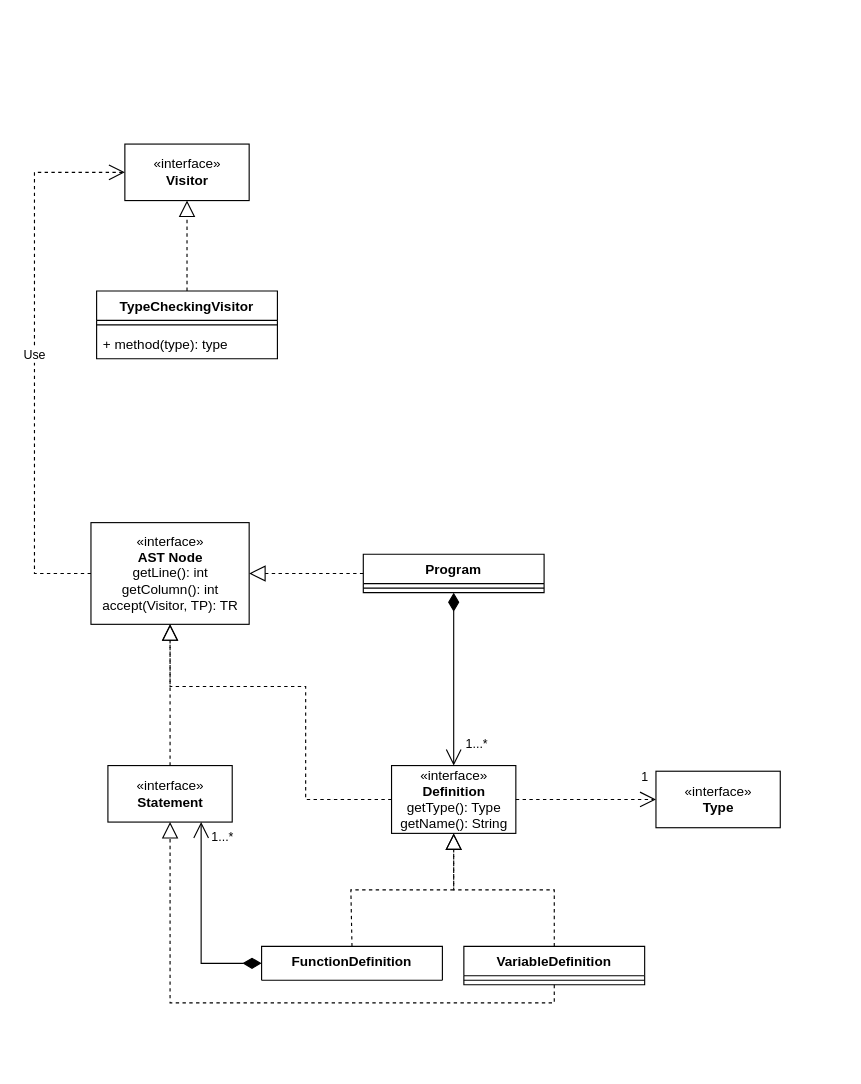
Above: page "Definition" (1 of 4) of uml-diagrams/dlp-uml-v3.drawio in jbritosm/dlp-lab (draw.io), before the change. Source tidied: cells renumbered, new cells numbered last; positions are measured from the earlier drawing's top-left corner, leaving out a move shared by most shapes. Both pictures are drawn from the tidied source at 113%, with x=0, y=0 at pixel (34, 144).
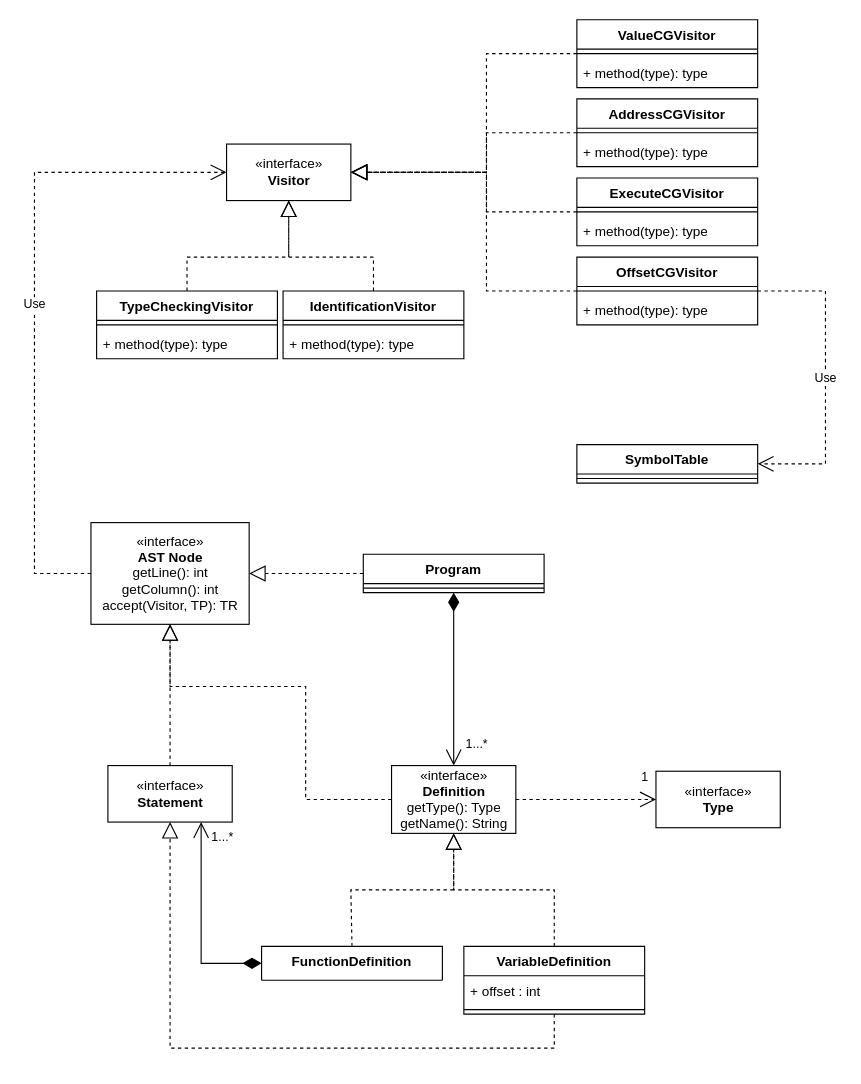
After the change.

Unchanged cells that the change refers to:
```xml
<mxCell id="10" value="«interface»&lt;br&gt;&lt;b&gt;Statement&lt;/b&gt;" style="html=1;" parent="1" vertex="1">
  <mxGeometry x="65" y="550" width="110" height="50" as="geometry" />
</mxCell>
<mxCell id="21" value="TypeCheckingVisitor" style="swimlane;fontStyle=1;align=center;verticalAlign=top;horizontal=1;startSize=26;" parent="1" vertex="1">
  <mxGeometry x="55" y="130" width="160" height="60" as="geometry" />
</mxCell>
```

What changed in the source:
```diff
@@
     <mxCell id="4" value="VariableDefinition" style="swimlane;fontStyle=1;align=center;verticalAlign=top;horizontal=1;startSize=26;" parent="1" vertex="1">
-      <mxGeometry x="380" y="710" width="160" height="34" as="geometry" />
+      <mxGeometry x="380" y="710" width="160" height="60" as="geometry" />
     </mxCell>
+    <mxCell id="26" value="+ offset : int" style="text;strokeColor=none;fillColor=none;align=left;verticalAlign=top;spacingLeft=4;spacingRight=4;overflow=hidden;" parent="4" vertex="1">
+      <mxGeometry y="26" width="160" height="26" as="geometry" />
+    </mxCell>
     <mxCell id="5" style="line;strokeWidth=1;fillColor=none;align=left;verticalAlign=middle;spacingTop=-1;spacingLeft=3;spacingRight=3;labelPosition=right;strokeColor=inherit;" parent="4" vertex="1">
-      <mxGeometry y="26" width="160" height="8" as="geometry" />
+      <mxGeometry y="52" width="160" height="8" as="geometry" />
     </mxCell>
@@
     <mxCell id="11" style="endArrow=block;dashed=1;endFill=0;endSize=12;html=1;rounded=0;strokeColor=default;entryX=0.5;entryY=1;entryDx=0;entryDy=0;exitX=0.5;exitY=1;exitDx=0;exitDy=0;" parent="1" edge="1" source="4" target="10">
       <mxGeometry relative="1" as="geometry">
         <Array as="points">
-          <mxPoint x="460" y="760" />
-          <mxPoint x="120" y="760" />
+          <mxPoint x="460" y="800" />
+          <mxPoint x="120" y="800" />
         </Array>
       </mxGeometry>
     </mxCell>
@@
     <mxCell id="20" value="«interface»&lt;br&gt;&lt;b&gt;Visitor&lt;/b&gt;" style="html=1;" parent="1" vertex="1">
-      <mxGeometry x="80" width="110" height="50" as="geometry" />
+      <mxGeometry x="170" width="110" height="50" as="geometry" />
     </mxCell>
@@
     <mxCell id="24" style="endArrow=block;dashed=1;endFill=0;endSize=12;html=1;rounded=0;entryX=0.5;entryY=1;entryDx=0;entryDy=0;exitX=0.5;exitY=0;exitDx=0;exitDy=0;" parent="1" edge="1" source="21" target="20">
-      <mxGeometry relative="1" as="geometry" />
+      <mxGeometry relative="1" as="geometry">
+        <Array as="points">
+          <mxPoint x="135" y="100" />
+          <mxPoint x="225" y="100" />
+        </Array>
+      </mxGeometry>
     </mxCell>
@@
+    <mxCell id="27" value="IdentificationVisitor" style="swimlane;fontStyle=1;align=center;verticalAlign=top;horizontal=1;startSize=26;" parent="1" vertex="1">
+      <mxGeometry x="220" y="130" width="160" height="60" as="geometry" />
+    </mxCell>
+    <mxCell id="28" style="line;strokeWidth=1;fillColor=none;align=left;verticalAlign=middle;spacingTop=-1;spacingLeft=3;spacingRight=3;labelPosition=right;strokeColor=inherit;" parent="27" vertex="1">
+      <mxGeometry y="26" width="160" height="8" as="geometry" />
+    </mxCell>
+    <mxCell id="29" value="+ method(type): type" style="text;strokeColor=none;fillColor=none;align=left;verticalAlign=top;spacingLeft=4;spacingRight=4;overflow=hidden;" parent="27" vertex="1">
+      <mxGeometry y="34" width="160" height="26" as="geometry" />
+    </mxCell>
+    <mxCell id="30" style="endArrow=block;dashed=1;endFill=0;endSize=12;html=1;rounded=0;entryX=0.5;entryY=1;entryDx=0;entryDy=0;exitX=0.5;exitY=0;exitDx=0;exitDy=0;" parent="1" edge="1" source="27" target="20">
+      <mxGeometry relative="1" as="geometry">
+        <Array as="points">
+          <mxPoint x="300" y="100" />
+          <mxPoint x="225" y="100" />
+        </Array>
+      </mxGeometry>
+    </mxCell>
+    <mxCell id="31" value="OffsetCGVisitor" style="swimlane;fontStyle=1;align=center;verticalAlign=top;horizontal=1;startSize=26;" parent="1" vertex="1">
+      <mxGeometry x="480" y="100" width="160" height="60" as="geometry" />
+    </mxCell>
+    <mxCell id="32" style="line;strokeWidth=1;fillColor=none;align=left;verticalAlign=middle;spacingTop=-1;spacingLeft=3;spacingRight=3;labelPosition=right;strokeColor=inherit;" parent="31" vertex="1">
+      <mxGeometry y="26" width="160" height="8" as="geometry" />
+    </mxCell>
+    <mxCell id="33" value="+ method(type): type" style="text;strokeColor=none;fillColor=none;align=left;verticalAlign=top;spacingLeft=4;spacingRight=4;overflow=hidden;" parent="31" vertex="1">
+      <mxGeometry y="34" width="160" height="26" as="geometry" />
+    </mxCell>
+    <mxCell id="34" value="ExecuteCGVisitor" style="swimlane;fontStyle=1;align=center;verticalAlign=top;horizontal=1;startSize=26;" parent="1" vertex="1">
+      <mxGeometry x="480" y="30" width="160" height="60" as="geometry" />
+    </mxCell>
+    <mxCell id="35" style="line;strokeWidth=1;fillColor=none;align=left;verticalAlign=middle;spacingTop=-1;spacingLeft=3;spacingRight=3;labelPosition=right;strokeColor=inherit;" parent="34" vertex="1">
+      <mxGeometry y="26" width="160" height="8" as="geometry" />
+    </mxCell>
+    <mxCell id="36" value="+ method(type): type" style="text;strokeColor=none;fillColor=none;align=left;verticalAlign=top;spacingLeft=4;spacingRight=4;overflow=hidden;" parent="34" vertex="1">
+      <mxGeometry y="34" width="160" height="26" as="geometry" />
+    </mxCell>
+    <mxCell id="37" value="AddressCGVisitor" style="swimlane;fontStyle=1;align=center;verticalAlign=top;horizontal=1;startSize=26;" parent="1" vertex="1">
+      <mxGeometry x="480" y="-40" width="160" height="60" as="geometry" />
+    </mxCell>
+    <mxCell id="38" style="line;strokeWidth=1;fillColor=none;align=left;verticalAlign=middle;spacingTop=-1;spacingLeft=3;spacingRight=3;labelPosition=right;strokeColor=inherit;" parent="37" vertex="1">
+      <mxGeometry y="26" width="160" height="8" as="geometry" />
+    </mxCell>
+    <mxCell id="39" value="+ method(type): type" style="text;strokeColor=none;fillColor=none;align=left;verticalAlign=top;spacingLeft=4;spacingRight=4;overflow=hidden;" parent="37" vertex="1">
+      <mxGeometry y="34" width="160" height="26" as="geometry" />
+    </mxCell>
+    <mxCell id="40" value="ValueCGVisitor&#10;" style="swimlane;fontStyle=1;align=center;verticalAlign=top;horizontal=1;startSize=26;" parent="1" vertex="1">
+      <mxGeometry x="480" y="-110" width="160" height="60" as="geometry" />
+    </mxCell>
+    <mxCell id="41" style="line;strokeWidth=1;fillColor=none;align=left;verticalAlign=middle;spacingTop=-1;spacingLeft=3;spacingRight=3;labelPosition=right;strokeColor=inherit;" parent="40" vertex="1">
+      <mxGeometry y="26" width="160" height="8" as="geometry" />
+    </mxCell>
+    <mxCell id="42" value="+ method(type): type" style="text;strokeColor=none;fillColor=none;align=left;verticalAlign=top;spacingLeft=4;spacingRight=4;overflow=hidden;" parent="40" vertex="1">
+      <mxGeometry y="34" width="160" height="26" as="geometry" />
+    </mxCell>
+    <mxCell id="43" style="endArrow=block;dashed=1;endFill=0;endSize=12;html=1;rounded=0;entryX=1;entryY=0.5;entryDx=0;entryDy=0;exitX=0;exitY=0.5;exitDx=0;exitDy=0;" parent="1" edge="1" source="40" target="20">
+      <mxGeometry relative="1" as="geometry">
+        <Array as="points">
+          <mxPoint x="400" y="-80" />
+          <mxPoint x="400" y="25" />
+        </Array>
+      </mxGeometry>
+    </mxCell>
+    <mxCell id="44" style="endArrow=block;dashed=1;endFill=0;endSize=12;html=1;rounded=0;entryX=1;entryY=0.5;entryDx=0;entryDy=0;exitX=0;exitY=0.5;exitDx=0;exitDy=0;" parent="1" edge="1" source="37" target="20">
+      <mxGeometry relative="1" as="geometry">
+        <Array as="points">
+          <mxPoint x="400" y="-10" />
+          <mxPoint x="400" y="25" />
+        </Array>
+      </mxGeometry>
+    </mxCell>
+    <mxCell id="45" style="endArrow=block;dashed=1;endFill=0;endSize=12;html=1;rounded=0;entryX=1;entryY=0.5;entryDx=0;entryDy=0;exitX=0;exitY=0.5;exitDx=0;exitDy=0;" parent="1" edge="1" source="34" target="20">
+      <mxGeometry relative="1" as="geometry">
+        <Array as="points">
+          <mxPoint x="400" y="60" />
+          <mxPoint x="400" y="25" />
+        </Array>
+      </mxGeometry>
+    </mxCell>
+    <mxCell id="46" style="endArrow=block;dashed=1;endFill=0;endSize=12;html=1;rounded=0;entryX=1;entryY=0.5;entryDx=0;entryDy=0;exitX=0;exitY=0.5;exitDx=0;exitDy=0;" parent="1" edge="1" source="31" target="20">
+      <mxGeometry relative="1" as="geometry">
+        <Array as="points">
+          <mxPoint x="400" y="130" />
+          <mxPoint x="400" y="25" />
+        </Array>
+      </mxGeometry>
+    </mxCell>
+    <mxCell id="47" value="SymbolTable" style="swimlane;fontStyle=1;align=center;verticalAlign=top;horizontal=1;startSize=26;" parent="1" vertex="1">
+      <mxGeometry x="480" y="266" width="160" height="34" as="geometry" />
+    </mxCell>
+    <mxCell id="48" style="line;strokeWidth=1;fillColor=none;align=left;verticalAlign=middle;spacingTop=-1;spacingLeft=3;spacingRight=3;labelPosition=right;strokeColor=inherit;" parent="47" vertex="1">
+      <mxGeometry y="26" width="160" height="8" as="geometry" />
+    </mxCell>
+    <mxCell id="49" value="Use" style="endArrow=open;endSize=12;dashed=1;html=1;rounded=0;entryX=1;entryY=0.5;entryDx=0;entryDy=0;exitX=1;exitY=0.5;exitDx=0;exitDy=0;" parent="1" edge="1" source="31" target="47">
+      <mxGeometry relative="1" as="geometry">
+        <Array as="points">
+          <mxPoint x="700" y="130" />
+          <mxPoint x="700" y="283" />
+        </Array>
+      </mxGeometry>
+    </mxCell>
```
